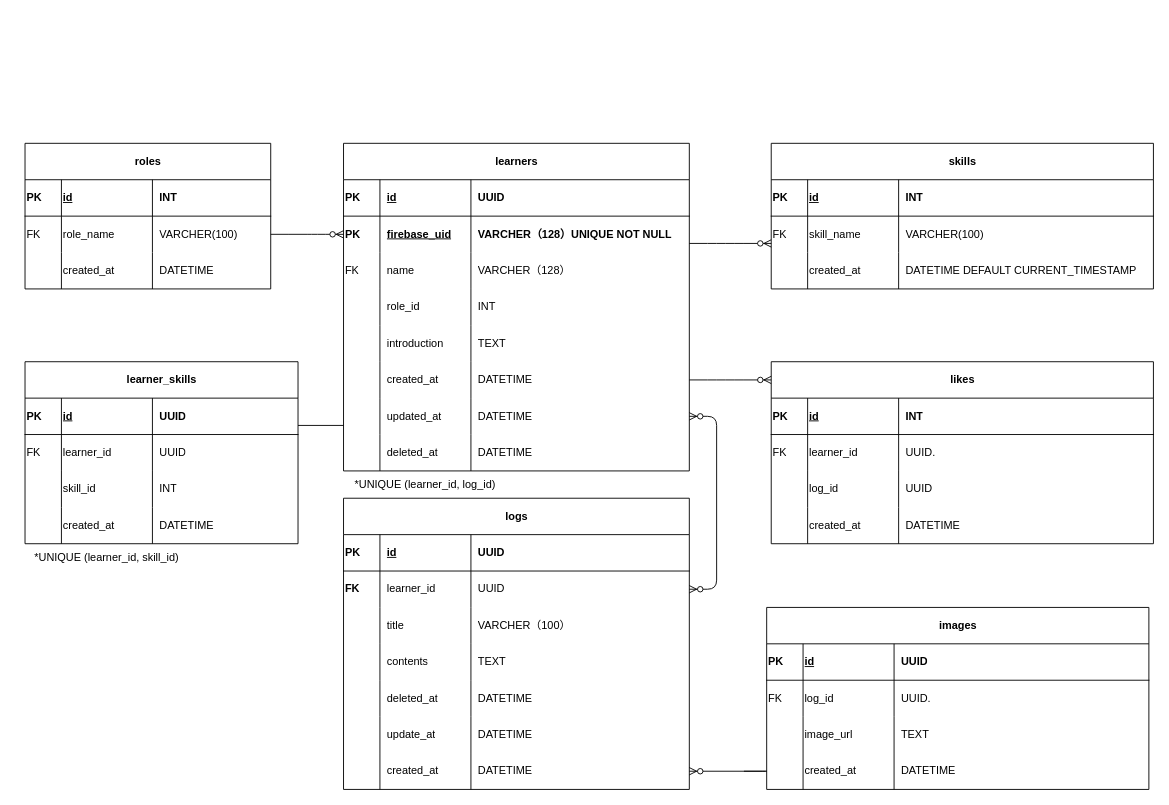
Before: docs/.drawio in ERIKOABE-hub/Logddy, a draw.io diagram. Source tidied: cells renumbered, new cells numbered last; positions are measured from the earlier drawing's top-left corner, leaving out a move shared by most shapes. Both pictures are drawn from the tidied source at 91%, with x=0, y=0 at pixel (15, 15).
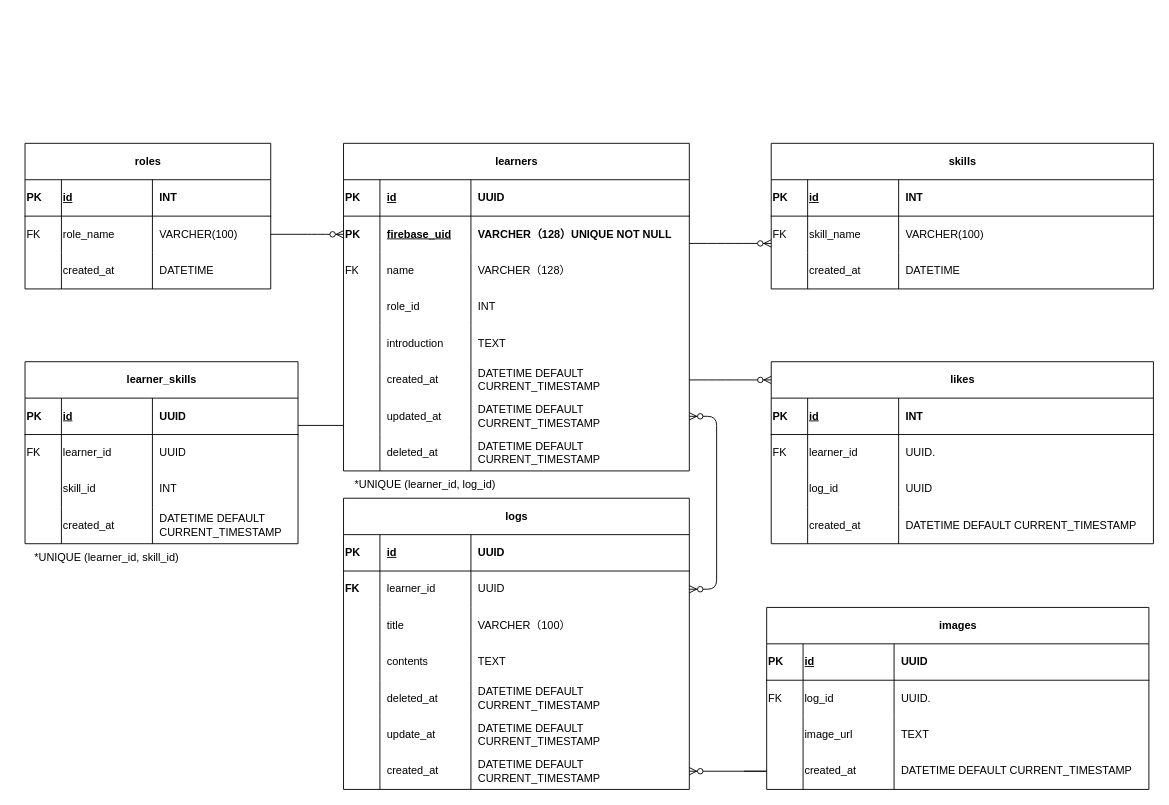
After the change.

Commit message:
fix: 必要なDATETIMEにDATETIME DEFAULT CURRENT_TIMESTAMPを追加

The change refers to these unchanged cells:
```xml
<mxCell id="37" style="shape=tableRow;horizontal=0;startSize=0;swimlaneHead=0;swimlaneBody=0;fillColor=none;points=[[0,0.5],[1,0.5]];portConstraint=eastwest;top=0;left=0;right=0;bottom=0;fontFamily=Helvetica;align=left;" parent="16" vertex="1">
  <mxGeometry y="240" width="380" height="40" as="geometry" />
</mxCell>
<mxCell id="41" style="shape=tableRow;horizontal=0;startSize=0;swimlaneHead=0;swimlaneBody=0;fillColor=none;points=[[0,0.5],[1,0.5]];portConstraint=eastwest;top=0;left=0;right=0;bottom=0;fontFamily=Helvetica;align=left;" parent="16" vertex="1">
  <mxGeometry y="280" width="380" height="40" as="geometry" />
</mxCell>
<mxCell id="54" style="shape=tableRow;horizontal=0;startSize=0;swimlaneHead=0;swimlaneBody=0;fillColor=none;top=0;left=0;right=0;bottom=0;fontColor=#000000;fontFamily=Helvetica;align=left;" parent="45" vertex="1">
  <mxGeometry y="120" width="420" height="40" as="geometry" />
</mxCell>
<mxCell id="75" style="shape=tableRow;horizontal=0;startSize=0;swimlaneHead=0;swimlaneBody=0;fillColor=none;top=0;left=0;right=0;bottom=0;fontFamily=Helvetica;align=left;" parent="58" vertex="1">
  <mxGeometry y="200" width="380" height="40" as="geometry" />
</mxCell>
<mxCell id="79" style="shape=tableRow;horizontal=0;startSize=0;swimlaneHead=0;swimlaneBody=0;fillColor=none;top=0;left=0;right=0;bottom=0;fontFamily=Helvetica;align=left;" parent="58" vertex="1">
  <mxGeometry y="240" width="380" height="40" as="geometry" />
</mxCell>
<mxCell id="83" style="shape=tableRow;horizontal=0;startSize=0;swimlaneHead=0;swimlaneBody=0;fillColor=none;points=[[0,0.5],[1,0.5]];portConstraint=eastwest;top=0;left=0;right=0;bottom=0;fontFamily=Helvetica;align=left;" parent="58" vertex="1">
  <mxGeometry y="280" width="380" height="40" as="geometry" />
</mxCell>
<mxCell id="100" style="shape=tableRow;horizontal=0;startSize=0;swimlaneHead=0;swimlaneBody=0;fillColor=none;top=0;left=0;right=0;bottom=0;fontColor=#000000;fontFamily=Helvetica;align=left;" parent="87" vertex="1">
  <mxGeometry y="160" width="420" height="40" as="geometry" />
</mxCell>
<mxCell id="117" style="shape=tableRow;horizontal=0;startSize=0;swimlaneHead=0;swimlaneBody=0;fillColor=none;top=0;left=0;right=0;bottom=0;fontColor=#000000;fontFamily=Helvetica;align=left;" parent="104" vertex="1">
  <mxGeometry y="160" width="420" height="40" as="geometry" />
</mxCell>
<mxCell id="139" style="shape=tableRow;horizontal=0;startSize=0;swimlaneHead=0;swimlaneBody=0;fillColor=none;top=0;left=0;right=0;bottom=0;fontColor=#000000;fontFamily=Helvetica;align=left;" parent="126" vertex="1">
  <mxGeometry y="160" width="300" height="40" as="geometry" />
</mxCell>
```

Diff of the diagram source:
```diff
@@
-    <mxCell id="40" value="DATETIME" style="shape=partialRectangle;fillColor=none;top=0;left=0;bottom=0;right=0;align=left;spacingLeft=6;overflow=hidden;whiteSpace=wrap;html=1;fontFamily=Helvetica;" parent="37" vertex="1">
+    <mxCell id="40" value="DATETIME DEFAULT CURRENT_TIMESTAMP" style="shape=partialRectangle;fillColor=none;top=0;left=0;bottom=0;right=0;align=left;spacingLeft=6;overflow=hidden;whiteSpace=wrap;html=1;fontFamily=Helvetica;" parent="37" vertex="1">
       <mxGeometry x="140" width="240" height="40" as="geometry" />
     </mxCell>
@@
-    <mxCell id="44" value="DATETIME" style="shape=partialRectangle;fillColor=none;top=0;left=0;bottom=0;right=0;align=left;spacingLeft=6;overflow=hidden;whiteSpace=wrap;html=1;fontFamily=Helvetica;" parent="41" vertex="1">
+    <mxCell id="44" value="DATETIME DEFAULT CURRENT_TIMESTAMP" style="shape=partialRectangle;fillColor=none;top=0;left=0;bottom=0;right=0;align=left;spacingLeft=6;overflow=hidden;whiteSpace=wrap;html=1;fontFamily=Helvetica;" parent="41" vertex="1">
       <mxGeometry x="140" width="240" height="40" as="geometry" />
     </mxCell>
@@
-    <mxCell id="57" value="&lt;span class=&quot;notion-enable-hover&quot; style=&quot;fill: rgb(56, 125, 201); isolation: auto;&quot;&gt;DATETIME DEFAULT CURRENT_TIMESTAMP&lt;/span&gt;" style="shape=partialRectangle;fillColor=none;top=0;left=0;bottom=0;right=0;align=left;spacingLeft=6;overflow=hidden;whiteSpace=wrap;html=1;fontColor=#000000;fontFamily=Helvetica;" parent="54" vertex="1">
+    <mxCell id="57" value="&lt;span class=&quot;notion-enable-hover&quot; style=&quot;fill: rgb(56, 125, 201); isolation: auto;&quot;&gt;DATETIME&amp;nbsp;&lt;/span&gt;" style="shape=partialRectangle;fillColor=none;top=0;left=0;bottom=0;right=0;align=left;spacingLeft=6;overflow=hidden;whiteSpace=wrap;html=1;fontColor=#000000;fontFamily=Helvetica;" parent="54" vertex="1">
       <mxGeometry x="140" width="280" height="40" as="geometry" />
     </mxCell>
@@
-    <mxCell id="78" value="DATETIME" style="shape=partialRectangle;fillColor=none;top=0;left=0;bottom=0;right=0;align=left;spacingLeft=6;overflow=hidden;whiteSpace=wrap;html=1;fontFamily=Helvetica;" parent="75" vertex="1">
+    <mxCell id="78" value="DATETIME DEFAULT CURRENT_TIMESTAMP" style="shape=partialRectangle;fillColor=none;top=0;left=0;bottom=0;right=0;align=left;spacingLeft=6;overflow=hidden;whiteSpace=wrap;html=1;fontFamily=Helvetica;" parent="75" vertex="1">
       <mxGeometry x="140" width="240" height="40" as="geometry" />
     </mxCell>
@@
-    <mxCell id="82" value="DATETIME" style="shape=partialRectangle;fillColor=none;top=0;left=0;bottom=0;right=0;align=left;spacingLeft=6;overflow=hidden;whiteSpace=wrap;html=1;fontFamily=Helvetica;" parent="79" vertex="1">
+    <mxCell id="82" value="DATETIME DEFAULT CURRENT_TIMESTAMP" style="shape=partialRectangle;fillColor=none;top=0;left=0;bottom=0;right=0;align=left;spacingLeft=6;overflow=hidden;whiteSpace=wrap;html=1;fontFamily=Helvetica;" parent="79" vertex="1">
       <mxGeometry x="140" width="240" height="40" as="geometry" />
     </mxCell>
@@
-    <mxCell id="86" value="DATETIME" style="shape=partialRectangle;fillColor=none;top=0;left=0;bottom=0;right=0;align=left;spacingLeft=6;overflow=hidden;whiteSpace=wrap;html=1;fontFamily=Helvetica;" parent="83" vertex="1">
+    <mxCell id="86" value="DATETIME DEFAULT CURRENT_TIMESTAMP" style="shape=partialRectangle;fillColor=none;top=0;left=0;bottom=0;right=0;align=left;spacingLeft=6;overflow=hidden;whiteSpace=wrap;html=1;fontFamily=Helvetica;" parent="83" vertex="1">
       <mxGeometry x="140" width="240" height="40" as="geometry" />
     </mxCell>
@@
-    <mxCell id="103" value="&lt;span class=&quot;notion-enable-hover&quot; style=&quot;fill: rgb(56, 125, 201); isolation: auto;&quot;&gt;DATETIME&lt;/span&gt;" style="shape=partialRectangle;fillColor=none;top=0;left=0;bottom=0;right=0;align=left;spacingLeft=6;overflow=hidden;whiteSpace=wrap;html=1;fontColor=#000000;fontFamily=Helvetica;" parent="100" vertex="1">
+    <mxCell id="103" value="&lt;span class=&quot;notion-enable-hover&quot; style=&quot;fill: rgb(56, 125, 201); isolation: auto;&quot;&gt;DATETIME DEFAULT CURRENT_TIMESTAMP&lt;/span&gt;" style="shape=partialRectangle;fillColor=none;top=0;left=0;bottom=0;right=0;align=left;spacingLeft=6;overflow=hidden;whiteSpace=wrap;html=1;fontColor=#000000;fontFamily=Helvetica;" parent="100" vertex="1">
       <mxGeometry x="140" width="280" height="40" as="geometry" />
     </mxCell>
@@
-    <mxCell id="120" value="&lt;span class=&quot;notion-enable-hover&quot; style=&quot;fill: rgb(56, 125, 201); isolation: auto;&quot;&gt;DATETIME&lt;/span&gt;" style="shape=partialRectangle;fillColor=none;top=0;left=0;bottom=0;right=0;align=left;spacingLeft=6;overflow=hidden;whiteSpace=wrap;html=1;fontColor=#000000;fontFamily=Helvetica;" parent="117" vertex="1">
+    <mxCell id="120" value="&lt;span class=&quot;notion-enable-hover&quot; style=&quot;fill: rgb(56, 125, 201); isolation: auto;&quot;&gt;DATETIME DEFAULT CURRENT_TIMESTAMP&lt;/span&gt;" style="shape=partialRectangle;fillColor=none;top=0;left=0;bottom=0;right=0;align=left;spacingLeft=6;overflow=hidden;whiteSpace=wrap;html=1;fontColor=#000000;fontFamily=Helvetica;" parent="117" vertex="1">
       <mxGeometry x="140" width="280" height="40" as="geometry" />
     </mxCell>
@@
-    <mxCell id="142" value="&lt;span class=&quot;notion-enable-hover&quot; style=&quot;fill: rgb(56, 125, 201); isolation: auto;&quot;&gt;DATETIME&lt;/span&gt;" style="shape=partialRectangle;fillColor=none;top=0;left=0;bottom=0;right=0;align=left;spacingLeft=6;overflow=hidden;whiteSpace=wrap;html=1;fontColor=#000000;fontFamily=Helvetica;" parent="139" vertex="1">
+    <mxCell id="142" value="&lt;span class=&quot;notion-enable-hover&quot; style=&quot;fill: rgb(56, 125, 201); isolation: auto;&quot;&gt;DATETIME DEFAULT CURRENT_TIMESTAMP&lt;/span&gt;" style="shape=partialRectangle;fillColor=none;top=0;left=0;bottom=0;right=0;align=left;spacingLeft=6;overflow=hidden;whiteSpace=wrap;html=1;fontColor=#000000;fontFamily=Helvetica;" parent="139" vertex="1">
       <mxGeometry x="140" width="160" height="40" as="geometry" />
     </mxCell>
@@
-    <mxCell id="146" value="DATETIME" style="shape=partialRectangle;fillColor=none;top=0;left=0;bottom=0;right=0;align=left;spacingLeft=6;overflow=hidden;whiteSpace=wrap;html=1;fontFamily=Helvetica;" parent="1" vertex="1">
+    <mxCell id="146" value="DATETIME DEFAULT CURRENT_TIMESTAMP" style="shape=partialRectangle;fillColor=none;top=0;left=0;bottom=0;right=0;align=left;spacingLeft=6;overflow=hidden;whiteSpace=wrap;html=1;fontFamily=Helvetica;" parent="1" vertex="1">
       <mxGeometry x="500" y="460" width="240" height="40" as="geometry" />
     </mxCell>
```
